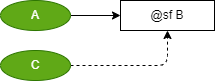
Above: Language/png/IF1.dio.png in DualsoftDev/ds (draw.io), before the change. Source tidied: cells renumbered, new cells last; positions are measured from the earlier drawing's top-left corner, leaving out a move shared by most shapes. The source it was exported from:
```xml
<mxGraphModel>
  <root>
    <mxCell id="0" />
    <mxCell id="1" parent="0" />
    <mxCell id="2" style="edgeStyle=none;html=1;exitX=1;exitY=0.5;exitDx=0;exitDy=0;entryX=0;entryY=0.5;entryDx=0;entryDy=0;" parent="1" edge="1" source="6" target="5">
      <mxGeometry relative="1" as="geometry" />
    </mxCell>
    <mxCell id="3" style="edgeStyle=orthogonalEdgeStyle;html=1;exitX=1;exitY=0.5;exitDx=0;exitDy=0;entryX=0.5;entryY=1;entryDx=0;entryDy=0;dashed=1;" parent="1" edge="1" source="4" target="5">
      <mxGeometry relative="1" as="geometry" />
    </mxCell>
    <mxCell id="4" value="C" style="ellipse;whiteSpace=wrap;html=1;fillColor=#60a917;fontColor=#ffffff;strokeColor=#2D7600;" parent="1" vertex="1">
      <mxGeometry y="50" width="70" height="30" as="geometry" />
    </mxCell>
    <mxCell id="5" value="@sf B" style="rounded=0;whiteSpace=wrap;html=1;" parent="1" vertex="1">
      <mxGeometry x="120" width="94" height="30" as="geometry" />
    </mxCell>
    <mxCell id="6" value="A" style="ellipse;whiteSpace=wrap;html=1;fillColor=#60a917;fontColor=#ffffff;strokeColor=#2D7600;" parent="1" vertex="1">
      <mxGeometry width="70" height="30" as="geometry" />
    </mxCell>
  </root>
</mxGraphModel>
```
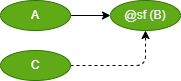
Later version of the same file.

Diff of the diagram source:
```diff
@@ -2,20 +2,20 @@
   <root>
     <mxCell id="0" />
     <mxCell id="1" parent="0" />
-    <mxCell id="2" style="edgeStyle=none;html=1;exitX=1;exitY=0.5;exitDx=0;exitDy=0;entryX=0;entryY=0.5;entryDx=0;entryDy=0;" parent="1" edge="1" source="6" target="5">
+    <mxCell id="2" style="edgeStyle=none;html=1;exitX=1;exitY=0.5;exitDx=0;exitDy=0;entryX=0;entryY=0.5;entryDx=0;entryDy=0;" parent="1" edge="1" source="6" target="7">
       <mxGeometry relative="1" as="geometry" />
     </mxCell>
-    <mxCell id="3" style="edgeStyle=orthogonalEdgeStyle;html=1;exitX=1;exitY=0.5;exitDx=0;exitDy=0;entryX=0.5;entryY=1;entryDx=0;entryDy=0;dashed=1;" parent="1" edge="1" source="4" target="5">
+    <mxCell id="3" style="edgeStyle=orthogonalEdgeStyle;html=1;exitX=1;exitY=0.5;exitDx=0;exitDy=0;entryX=0.5;entryY=1;entryDx=0;entryDy=0;dashed=1;" parent="1" edge="1" source="4" target="7">
       <mxGeometry relative="1" as="geometry" />
     </mxCell>
     <mxCell id="4" value="C" style="ellipse;whiteSpace=wrap;html=1;fillColor=#60a917;fontColor=#ffffff;strokeColor=#2D7600;" parent="1" vertex="1">
       <mxGeometry y="50" width="70" height="30" as="geometry" />
     </mxCell>
-    <mxCell id="5" value="@sf B" style="rounded=0;whiteSpace=wrap;html=1;" parent="1" vertex="1">
-      <mxGeometry x="120" width="94" height="30" as="geometry" />
-    </mxCell>
     <mxCell id="6" value="A" style="ellipse;whiteSpace=wrap;html=1;fillColor=#60a917;fontColor=#ffffff;strokeColor=#2D7600;" parent="1" vertex="1">
       <mxGeometry width="70" height="30" as="geometry" />
     </mxCell>
+    <mxCell id="7" value="&lt;span style=&quot;color: rgb(240 , 240 , 240)&quot;&gt;@sf (B)&lt;/span&gt;" style="ellipse;whiteSpace=wrap;html=1;fillColor=#60a917;fontColor=#ffffff;strokeColor=#2D7600;" parent="1" vertex="1">
+      <mxGeometry x="110" width="70" height="30" as="geometry" />
+    </mxCell>
   </root>
 </mxGraphModel>
```
